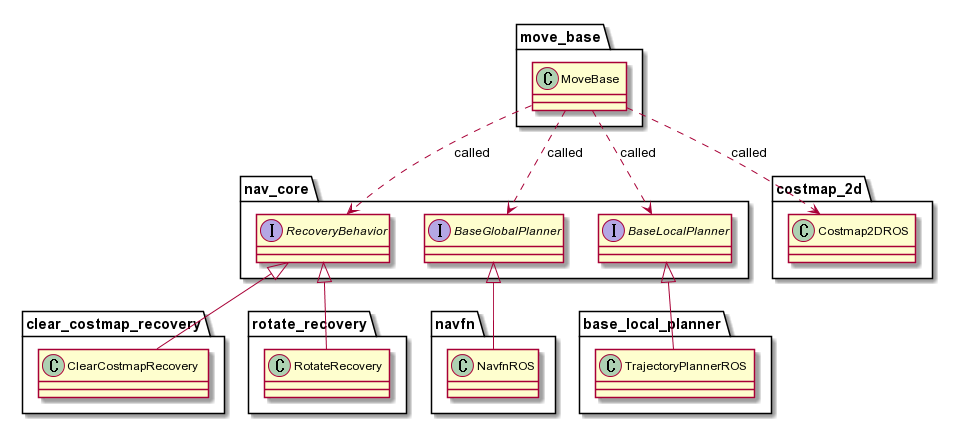
Above: source/images/move_base_class.png in robo-marc/navigation_documents (PlantUML), before the change.
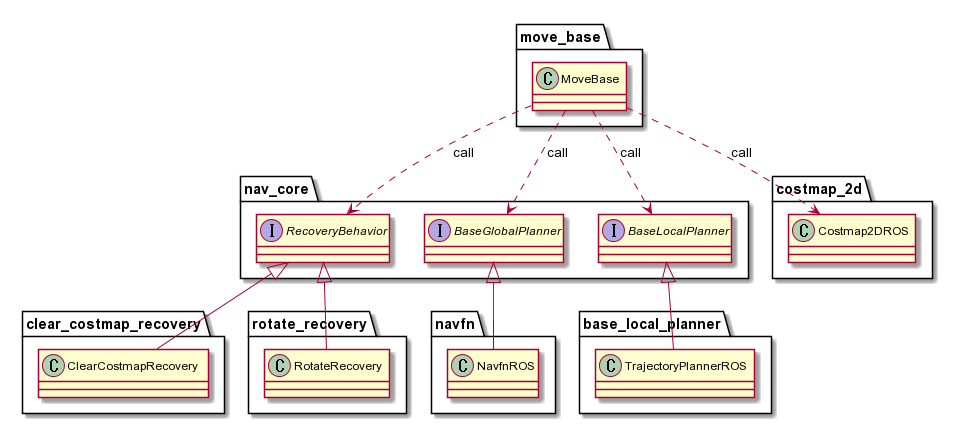
The same diagram one commit later.

Commit message:
Modify "called" -> "call" in move_base class diagram.

Diff of the diagram source:
```diff
@@ -30,10 +30,10 @@
     class Costmap2DROS
 }
 
-MoveBase ..> BaseLocalPlanner: called
-MoveBase ..> BaseGlobalPlanner: called
-MoveBase ..> RecoveryBehavior: called
-MoveBase ..> Costmap2DROS: called
+MoveBase ..> BaseLocalPlanner: call
+MoveBase ..> BaseGlobalPlanner: call
+MoveBase ..> RecoveryBehavior: call
+MoveBase ..> Costmap2DROS: call
 TrajectoryPlannerROS -up-|> BaseLocalPlanner
 NavfnROS -up-|> BaseGlobalPlanner
 ClearCostmapRecovery -up-|> RecoveryBehavior
```
